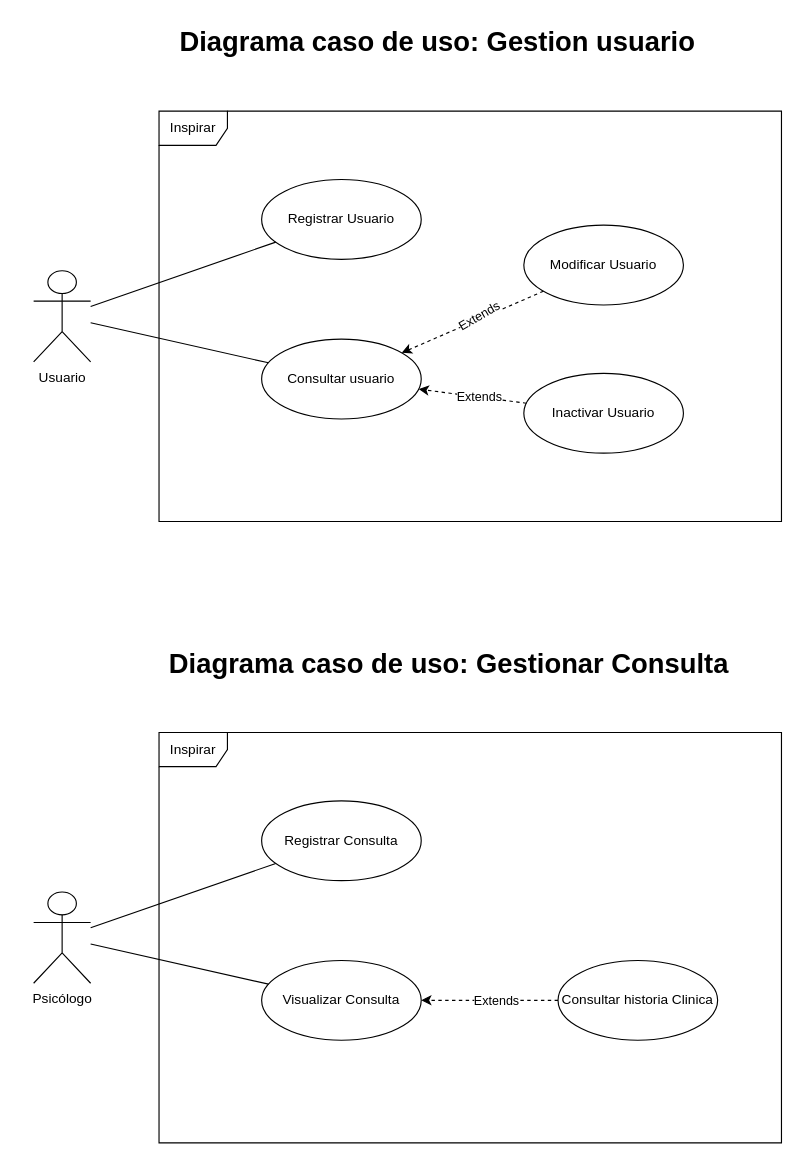
Earlier version of the draw.io diagram page "D. Caso de Uso: Gestión Consulta" (4 of 9) of Diagramas/Untitled Diagram.drawio (barloff2/Diagramas). Source tidied: cells renumbered, new cells numbered last; positions are measured from the earlier drawing's top-left corner, leaving out a move shared by most shapes. Both pictures are drawn from the tidied source at 114%, with x=0, y=0 at pixel (33, 19).
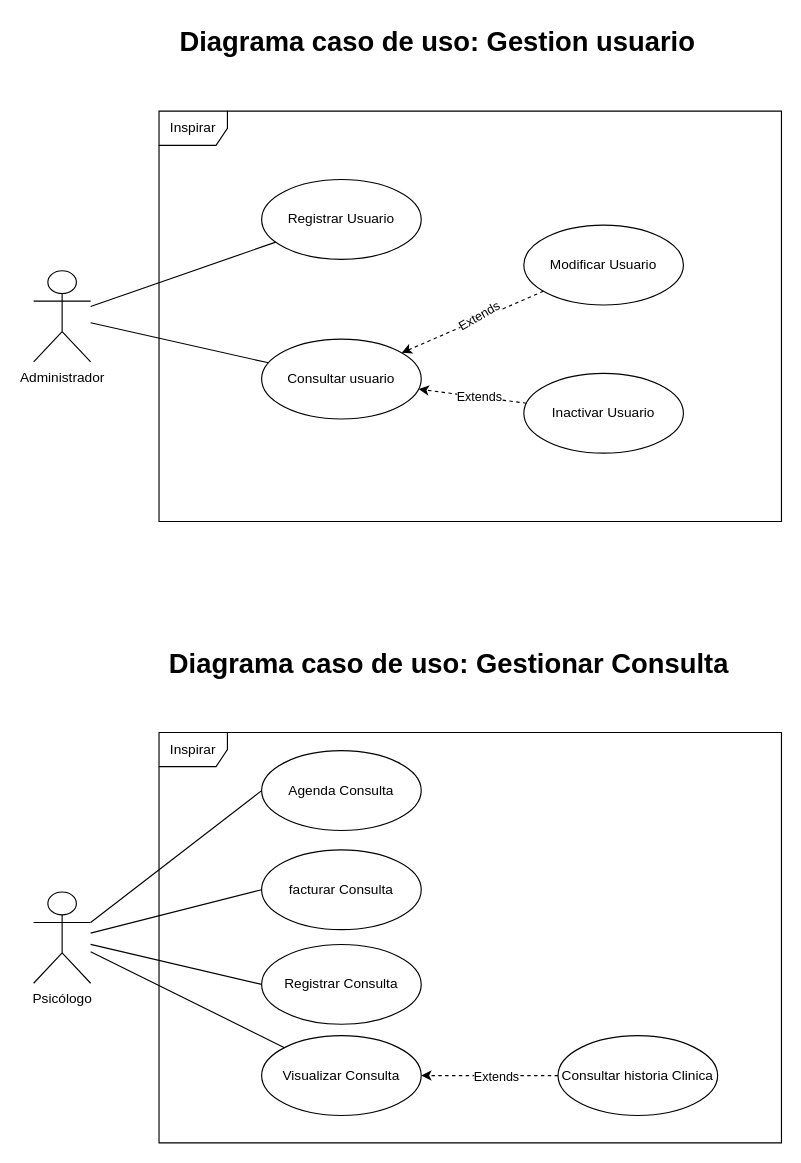
Above is the later version.

Unchanged cells that the change refers to:
```xml
<mxCell id="15" value="Psicólogo" style="shape=umlActor;verticalLabelPosition=bottom;verticalAlign=top;html=1;outlineConnect=0;direction=east;" parent="1" vertex="1">
  <mxGeometry y="765" width="50" height="80" as="geometry" />
</mxCell>
```

Diff of the diagram source:
```diff
@@
-    <mxCell id="2" value="Usuario" style="shape=umlActor;verticalLabelPosition=bottom;verticalAlign=top;html=1;outlineConnect=0;direction=east;" parent="1" vertex="1">
+    <mxCell id="2" value="Administrador" style="shape=umlActor;verticalLabelPosition=bottom;verticalAlign=top;html=1;outlineConnect=0;direction=east;" parent="1" vertex="1">
       <mxGeometry y="220" width="50" height="80" as="geometry" />
     </mxCell>
@@
-    <mxCell id="18" value="Registrar Consulta" style="ellipse;whiteSpace=wrap;html=1;" parent="1" vertex="1">
-      <mxGeometry x="200" y="685" width="140" height="70" as="geometry" />
+    <mxCell id="18" value="facturar Consulta" style="ellipse;whiteSpace=wrap;html=1;" parent="1" vertex="1">
+      <mxGeometry x="200" y="728" width="140" height="70" as="geometry" />
     </mxCell>
     <mxCell id="19" value="Visualizar Consulta" style="ellipse;whiteSpace=wrap;html=1;" parent="1" vertex="1">
-      <mxGeometry x="200" y="825" width="140" height="70" as="geometry" />
+      <mxGeometry x="200" y="891" width="140" height="70" as="geometry" />
     </mxCell>
     <mxCell id="20" value="Consultar historia Clinica" style="ellipse;whiteSpace=wrap;html=1;" parent="1" vertex="1">
-      <mxGeometry x="460" y="825" width="140" height="70" as="geometry" />
+      <mxGeometry x="460" y="891" width="140" height="70" as="geometry" />
     </mxCell>
-    <mxCell id="21" style="endArrow=none;html=1;rounded=0;" parent="1" edge="1" source="18" target="15">
-      <mxGeometry relative="1" as="geometry" />
+    <mxCell id="21" style="endArrow=none;html=1;rounded=0;exitX=0;exitY=0.5;exitDx=0;exitDy=0;" parent="1" edge="1" source="18">
+      <mxGeometry relative="1" as="geometry">
+        <mxPoint x="50" y="801" as="targetPoint" />
+      </mxGeometry>
     </mxCell>
@@
+    <mxCell id="25" value="Registrar Consulta" style="ellipse;whiteSpace=wrap;html=1;" parent="1" vertex="1">
+      <mxGeometry x="200" y="811" width="140" height="70" as="geometry" />
+    </mxCell>
+    <mxCell id="26" style="endArrow=none;html=1;rounded=0;exitX=0;exitY=0.5;exitDx=0;exitDy=0;" parent="1" edge="1" source="25" target="15">
+      <mxGeometry relative="1" as="geometry" />
+    </mxCell>
+    <mxCell id="27" value="Agenda Consulta" style="ellipse;whiteSpace=wrap;html=1;" parent="1" vertex="1">
+      <mxGeometry x="200" y="641" width="140" height="70" as="geometry" />
+    </mxCell>
+    <mxCell id="28" style="endArrow=none;html=1;rounded=0;exitX=0;exitY=0.5;exitDx=0;exitDy=0;entryX=1;entryY=0.3333333333333333;entryDx=0;entryDy=0;entryPerimeter=0;" parent="1" edge="1" source="27" target="15">
+      <mxGeometry relative="1" as="geometry" />
+    </mxCell>
```
